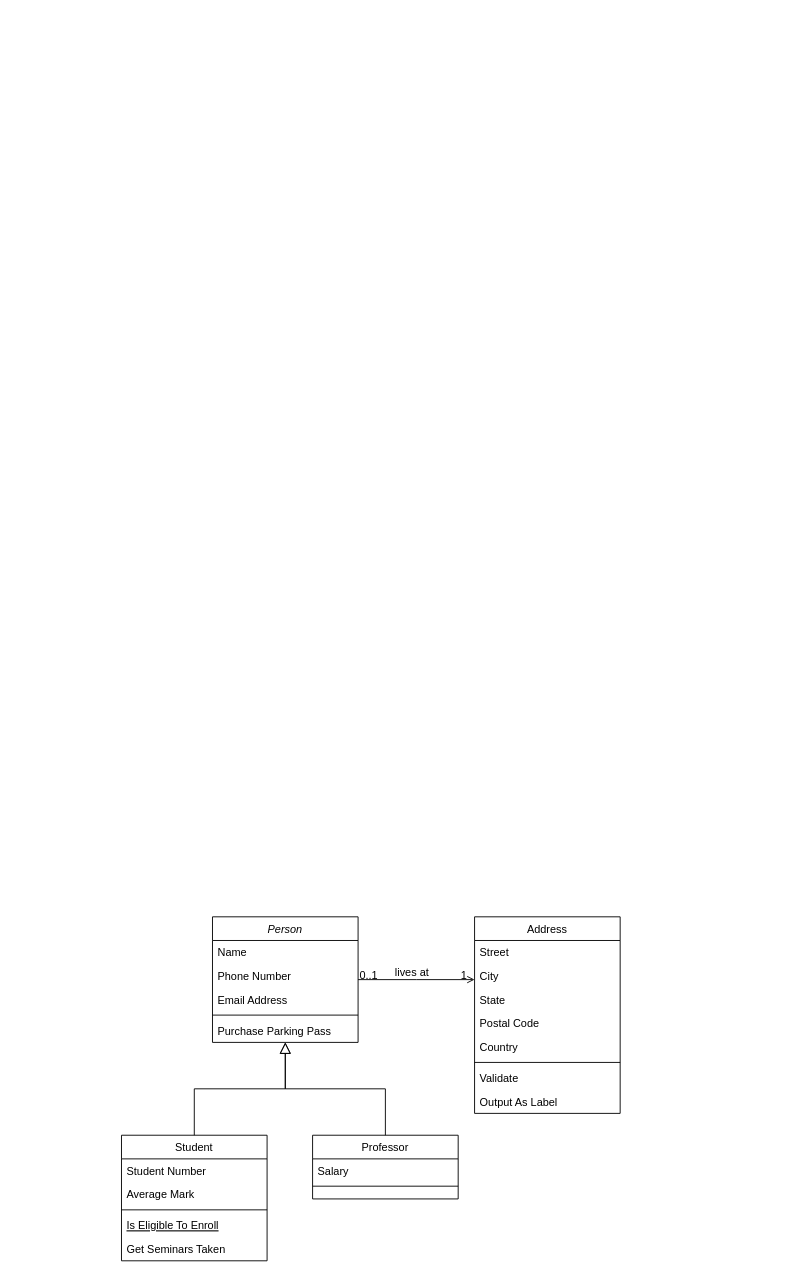
Earlier version of the draw.io diagram Untitled Diagram.drawio (JulieGunawan/TDDpractice). Source tidied: cells renumbered, new cells numbered last; positions are measured from the earlier drawing's top-left corner, leaving out a move shared by most shapes. Both pictures are drawn from the tidied source at 91%, with x=0, y=0 at pixel (121, 916).
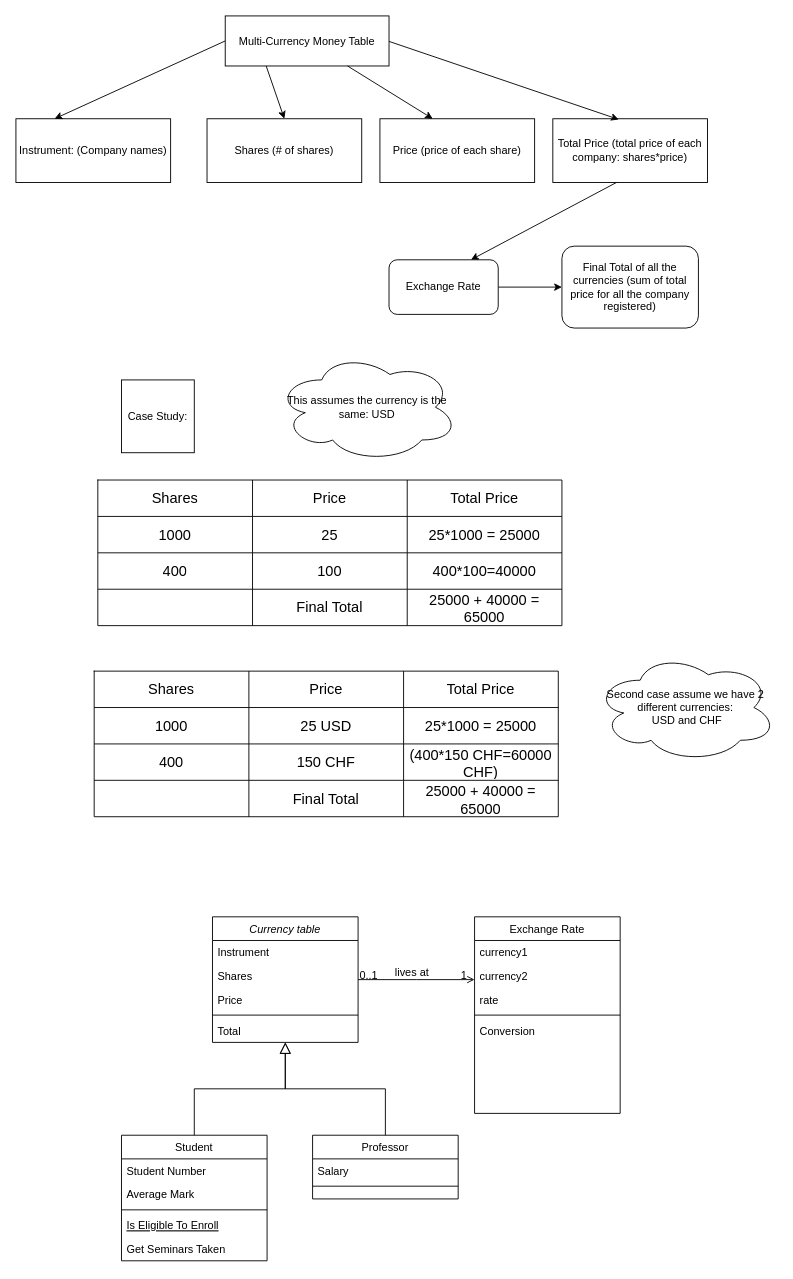
The same page after the edit.

Diff of the diagram source:
```diff
@@
-    <mxCell id="2" value="Person" style="swimlane;fontStyle=2;align=center;verticalAlign=top;horizontal=1;startSize=26;rounded=0;shadow=0;strokeWidth=1;" parent="1" vertex="1">
+    <mxCell id="2" value="Currency table" style="swimlane;fontStyle=2;align=center;verticalAlign=top;horizontal=1;startSize=26;rounded=0;shadow=0;strokeWidth=1;" parent="1" vertex="1">
       <mxGeometry x="100" width="160" height="138" as="geometry" />
     </mxCell>
-    <mxCell id="3" value="Name" style="text;align=left;verticalAlign=top;spacingLeft=4;spacingRight=4;overflow=hidden;" parent="2" vertex="1">
+    <mxCell id="3" value="Instrument" style="text;align=left;verticalAlign=top;spacingLeft=4;spacingRight=4;overflow=hidden;" parent="2" vertex="1">
       <mxGeometry y="26" width="160" height="26" as="geometry" />
     </mxCell>
-    <mxCell id="4" value="Phone Number" style="text;align=left;verticalAlign=top;spacingLeft=4;spacingRight=4;overflow=hidden;rounded=0;shadow=0;html=0;" parent="2" vertex="1">
+    <mxCell id="4" value="Shares" style="text;align=left;verticalAlign=top;spacingLeft=4;spacingRight=4;overflow=hidden;rounded=0;shadow=0;html=0;" parent="2" vertex="1">
       <mxGeometry y="52" width="160" height="26" as="geometry" />
     </mxCell>
-    <mxCell id="5" value="Email Address" style="text;align=left;verticalAlign=top;spacingLeft=4;spacingRight=4;overflow=hidden;rounded=0;shadow=0;html=0;" parent="2" vertex="1">
+    <mxCell id="5" value="Price" style="text;align=left;verticalAlign=top;spacingLeft=4;spacingRight=4;overflow=hidden;rounded=0;shadow=0;html=0;" parent="2" vertex="1">
       <mxGeometry y="78" width="160" height="26" as="geometry" />
     </mxCell>
@@
-    <mxCell id="7" value="Purchase Parking Pass" style="text;align=left;verticalAlign=top;spacingLeft=4;spacingRight=4;overflow=hidden;" parent="2" vertex="1">
+    <mxCell id="7" value="Total" style="text;align=left;verticalAlign=top;spacingLeft=4;spacingRight=4;overflow=hidden;" parent="2" vertex="1">
       <mxGeometry y="112" width="160" height="26" as="geometry" />
     </mxCell>
@@
-    <mxCell id="19" value="Address" style="swimlane;fontStyle=0;align=center;verticalAlign=top;horizontal=1;startSize=26;rounded=0;shadow=0;strokeWidth=1;" parent="1" vertex="1">
+    <mxCell id="19" value="Exchange Rate" style="swimlane;fontStyle=0;align=center;verticalAlign=top;horizontal=1;startSize=26;rounded=0;shadow=0;strokeWidth=1;" parent="1" vertex="1">
       <mxGeometry x="388" width="160" height="216" as="geometry" />
     </mxCell>
-    <mxCell id="20" value="Street" style="text;align=left;verticalAlign=top;spacingLeft=4;spacingRight=4;overflow=hidden;" parent="19" vertex="1">
+    <mxCell id="20" value="currency1" style="text;align=left;verticalAlign=top;spacingLeft=4;spacingRight=4;overflow=hidden;" parent="19" vertex="1">
       <mxGeometry y="26" width="160" height="26" as="geometry" />
     </mxCell>
-    <mxCell id="21" value="City" style="text;align=left;verticalAlign=top;spacingLeft=4;spacingRight=4;overflow=hidden;rounded=0;shadow=0;html=0;" parent="19" vertex="1">
+    <mxCell id="21" value="currency2" style="text;align=left;verticalAlign=top;spacingLeft=4;spacingRight=4;overflow=hidden;rounded=0;shadow=0;html=0;" parent="19" vertex="1">
       <mxGeometry y="52" width="160" height="26" as="geometry" />
     </mxCell>
-    <mxCell id="22" value="State" style="text;align=left;verticalAlign=top;spacingLeft=4;spacingRight=4;overflow=hidden;rounded=0;shadow=0;html=0;" parent="19" vertex="1">
-      <mxGeometry y="78" width="160" height="26" as="geometry" />
-    </mxCell>
-    <mxCell id="23" value="Postal Code" style="text;align=left;verticalAlign=top;spacingLeft=4;spacingRight=4;overflow=hidden;rounded=0;shadow=0;html=0;" parent="19" vertex="1">
-      <mxGeometry y="104" width="160" height="26" as="geometry" />
-    </mxCell>
-    <mxCell id="24" value="Country" style="text;align=left;verticalAlign=top;spacingLeft=4;spacingRight=4;overflow=hidden;rounded=0;shadow=0;html=0;" parent="19" vertex="1">
-      <mxGeometry y="130" width="160" height="26" as="geometry" />
+    <mxCell id="24" value="rate" style="text;align=left;verticalAlign=top;spacingLeft=4;spacingRight=4;overflow=hidden;rounded=0;shadow=0;html=0;" parent="19" vertex="1">
+      <mxGeometry y="78" width="160" height="26" as="geometry" />
     </mxCell>
     <mxCell id="25" style="line;html=1;strokeWidth=1;align=left;verticalAlign=middle;spacingTop=-1;spacingLeft=3;spacingRight=3;labelPosition=right;" parent="19" vertex="1">
-      <mxGeometry y="156" width="160" height="8" as="geometry" />
+      <mxGeometry y="104" width="160" height="8" as="geometry" />
     </mxCell>
-    <mxCell id="26" value="Validate" style="text;align=left;verticalAlign=top;spacingLeft=4;spacingRight=4;overflow=hidden;" parent="19" vertex="1">
-      <mxGeometry y="164" width="160" height="26" as="geometry" />
+    <mxCell id="26" value="Conversion" style="text;align=left;verticalAlign=top;spacingLeft=4;spacingRight=4;overflow=hidden;" parent="19" vertex="1">
+      <mxGeometry y="112" width="160" height="26" as="geometry" />
     </mxCell>
-    <mxCell id="27" value="Output As Label" style="text;align=left;verticalAlign=top;spacingLeft=4;spacingRight=4;overflow=hidden;" parent="19" vertex="1">
-      <mxGeometry y="190" width="160" height="26" as="geometry" />
-    </mxCell>
@@
+    <mxCell id="32" value="Multi-Currency Money Table" style="rounded=0;whiteSpace=wrap;html=1;" parent="1" vertex="1">
+      <mxGeometry x="114" y="-990" width="180" height="55" as="geometry" />
+    </mxCell>
+    <mxCell id="33" value="Instrument: (Company names)" style="rounded=0;whiteSpace=wrap;html=1;" parent="1" vertex="1">
+      <mxGeometry x="-116" y="-877" width="170" height="70" as="geometry" />
+    </mxCell>
+    <mxCell id="34" value="Shares (# of shares)" style="rounded=0;whiteSpace=wrap;html=1;" parent="1" vertex="1">
+      <mxGeometry x="94" y="-877" width="170" height="70" as="geometry" />
+    </mxCell>
+    <mxCell id="35" style="endArrow=classic;html=1;rounded=0;entryX=0.25;entryY=0;entryDx=0;entryDy=0;exitX=0;exitY=0.5;exitDx=0;exitDy=0;" parent="1" edge="1" source="32" target="33">
+      <mxGeometry relative="1" as="geometry" />
+    </mxCell>
+    <mxCell id="36" style="endArrow=classic;html=1;rounded=0;entryX=0.5;entryY=0;entryDx=0;entryDy=0;exitX=0.25;exitY=1;exitDx=0;exitDy=0;" parent="1" edge="1" source="32" target="34">
+      <mxGeometry relative="1" as="geometry" />
+    </mxCell>
+    <mxCell id="37" value="Price (price of each share)" style="rounded=0;whiteSpace=wrap;html=1;" parent="1" vertex="1">
+      <mxGeometry x="284" y="-877" width="170" height="70" as="geometry" />
+    </mxCell>
+    <mxCell id="38" value="Total Price (total price of each company: shares*price)" style="rounded=0;whiteSpace=wrap;html=1;" parent="1" vertex="1">
+      <mxGeometry x="474" y="-877" width="170" height="70" as="geometry" />
+    </mxCell>
+    <mxCell id="39" style="endArrow=classic;html=1;rounded=0;entryX=0.5;entryY=0;entryDx=0;entryDy=0;" parent="1" edge="1" source="32">
+      <mxGeometry relative="1" as="geometry">
+        <mxPoint x="342" y="-877" as="targetPoint" />
+      </mxGeometry>
+    </mxCell>
+    <mxCell id="40" style="endArrow=classic;html=1;rounded=0;entryX=0.426;entryY=0.011;entryDx=0;entryDy=0;entryPerimeter=0;" parent="1" edge="1" target="38">
+      <mxGeometry relative="1" as="geometry">
+        <mxPoint x="294" y="-962" as="sourcePoint" />
+      </mxGeometry>
+    </mxCell>
+    <mxCell id="41" value="Final Total of all the currencies (sum of total price for all the company registered)" style="rounded=1;whiteSpace=wrap;html=1;" parent="1" vertex="1">
+      <mxGeometry x="484" y="-737" width="150" height="90" as="geometry" />
+    </mxCell>
+    <mxCell id="42" style="endArrow=classic;html=1;rounded=0;entryX=0.75;entryY=0;entryDx=0;entryDy=0;" parent="1" edge="1" target="44">
+      <mxGeometry relative="1" as="geometry">
+        <mxPoint x="544" y="-807" as="sourcePoint" />
+      </mxGeometry>
+    </mxCell>
+    <mxCell id="43" style="edgeStyle=orthogonalEdgeStyle;rounded=0;jettySize=auto;html=1;entryX=0;entryY=0.5;entryDx=0;entryDy=0;" parent="1" edge="1" source="44" target="41">
+      <mxGeometry relative="1" as="geometry" />
+    </mxCell>
+    <mxCell id="44" value="Exchange Rate" style="rounded=1;whiteSpace=wrap;html=1;" parent="1" vertex="1">
+      <mxGeometry x="294" y="-722" width="120" height="60" as="geometry" />
+    </mxCell>
+    <mxCell id="45" value="Case Study:&lt;br&gt;" style="whiteSpace=wrap;html=1;" parent="1" vertex="1">
+      <mxGeometry y="-590" width="80" height="80" as="geometry" />
+    </mxCell>
+    <mxCell id="46" style="shape=table;startSize=0;childLayout=tableLayout;fontSize=16;" parent="1" vertex="1">
+      <mxGeometry x="-26" y="-480" width="510" height="160" as="geometry" />
+    </mxCell>
+    <mxCell id="47" style="shape=tableRow;horizontal=0;startSize=0;swimlaneHead=0;swimlaneBody=0;strokeColor=inherit;top=0;left=0;bottom=0;right=0;fillColor=none;fontSize=16;" parent="46" vertex="1">
+      <mxGeometry width="510" height="40" as="geometry" />
+    </mxCell>
+    <mxCell id="48" value="Shares" style="shape=partialRectangle;html=1;whiteSpace=wrap;strokeColor=inherit;overflow=hidden;fillColor=none;top=0;left=0;bottom=0;right=0;fontSize=16;" parent="47" vertex="1">
+      <mxGeometry width="170" height="40" as="geometry" />
+    </mxCell>
+    <mxCell id="49" value="Price" style="shape=partialRectangle;html=1;whiteSpace=wrap;strokeColor=inherit;overflow=hidden;fillColor=none;top=0;left=0;bottom=0;right=0;fontSize=16;" parent="47" vertex="1">
+      <mxGeometry x="170" width="170" height="40" as="geometry" />
+    </mxCell>
+    <mxCell id="50" value="Total Price" style="shape=partialRectangle;html=1;whiteSpace=wrap;strokeColor=inherit;overflow=hidden;fillColor=none;top=0;left=0;bottom=0;right=0;fontSize=16;" parent="47" vertex="1">
+      <mxGeometry x="340" width="170" height="40" as="geometry" />
+    </mxCell>
+    <mxCell id="51" style="shape=tableRow;horizontal=0;startSize=0;swimlaneHead=0;swimlaneBody=0;strokeColor=inherit;top=0;left=0;bottom=0;right=0;fillColor=none;fontSize=16;" parent="46" vertex="1">
+      <mxGeometry y="40" width="510" height="40" as="geometry" />
+    </mxCell>
+    <mxCell id="52" value="1000" style="shape=partialRectangle;html=1;whiteSpace=wrap;strokeColor=inherit;overflow=hidden;fillColor=none;top=0;left=0;bottom=0;right=0;fontSize=16;" parent="51" vertex="1">
+      <mxGeometry width="170" height="40" as="geometry" />
+    </mxCell>
+    <mxCell id="53" value="25" style="shape=partialRectangle;html=1;whiteSpace=wrap;strokeColor=inherit;overflow=hidden;fillColor=none;top=0;left=0;bottom=0;right=0;fontSize=16;" parent="51" vertex="1">
+      <mxGeometry x="170" width="170" height="40" as="geometry" />
+    </mxCell>
+    <mxCell id="54" value="25*1000 = 25000" style="shape=partialRectangle;html=1;whiteSpace=wrap;strokeColor=inherit;overflow=hidden;fillColor=none;top=0;left=0;bottom=0;right=0;fontSize=16;" parent="51" vertex="1">
+      <mxGeometry x="340" width="170" height="40" as="geometry" />
+    </mxCell>
+    <mxCell id="55" style="shape=tableRow;horizontal=0;startSize=0;swimlaneHead=0;swimlaneBody=0;strokeColor=inherit;top=0;left=0;bottom=0;right=0;fillColor=none;fontSize=16;" parent="46" vertex="1">
+      <mxGeometry y="80" width="510" height="40" as="geometry" />
+    </mxCell>
+    <mxCell id="56" value="400" style="shape=partialRectangle;html=1;whiteSpace=wrap;strokeColor=inherit;overflow=hidden;fillColor=none;top=0;left=0;bottom=0;right=0;fontSize=16;" parent="55" vertex="1">
+      <mxGeometry width="170" height="40" as="geometry" />
+    </mxCell>
+    <mxCell id="57" value="100" style="shape=partialRectangle;html=1;whiteSpace=wrap;strokeColor=inherit;overflow=hidden;fillColor=none;top=0;left=0;bottom=0;right=0;fontSize=16;" parent="55" vertex="1">
+      <mxGeometry x="170" width="170" height="40" as="geometry" />
+    </mxCell>
+    <mxCell id="58" value="400*100=40000" style="shape=partialRectangle;html=1;whiteSpace=wrap;strokeColor=inherit;overflow=hidden;fillColor=none;top=0;left=0;bottom=0;right=0;fontSize=16;" parent="55" vertex="1">
+      <mxGeometry x="340" width="170" height="40" as="geometry" />
+    </mxCell>
+    <mxCell id="59" style="shape=tableRow;horizontal=0;startSize=0;swimlaneHead=0;swimlaneBody=0;strokeColor=inherit;top=0;left=0;bottom=0;right=0;fillColor=none;fontSize=16;" parent="46" vertex="1">
+      <mxGeometry y="120" width="510" height="40" as="geometry" />
+    </mxCell>
+    <mxCell id="60" style="shape=partialRectangle;html=1;whiteSpace=wrap;strokeColor=inherit;overflow=hidden;fillColor=none;top=0;left=0;bottom=0;right=0;fontSize=16;" parent="59" vertex="1">
+      <mxGeometry width="170" height="40" as="geometry" />
+    </mxCell>
+    <mxCell id="61" value="Final Total" style="shape=partialRectangle;html=1;whiteSpace=wrap;strokeColor=inherit;overflow=hidden;fillColor=none;top=0;left=0;bottom=0;right=0;fontSize=16;" parent="59" vertex="1">
+      <mxGeometry x="170" width="170" height="40" as="geometry" />
+    </mxCell>
+    <mxCell id="62" value="25000 + 40000 = 65000" style="shape=partialRectangle;html=1;whiteSpace=wrap;strokeColor=inherit;overflow=hidden;fillColor=none;top=0;left=0;bottom=0;right=0;fontSize=16;" parent="59" vertex="1">
+      <mxGeometry x="340" width="170" height="40" as="geometry" />
+    </mxCell>
+    <mxCell id="63" value="This assumes the currency is the same: USD" style="ellipse;shape=cloud;whiteSpace=wrap;html=1;" parent="1" vertex="1">
+      <mxGeometry x="170" y="-620" width="200" height="120" as="geometry" />
+    </mxCell>
+    <mxCell id="64" style="shape=table;startSize=0;childLayout=tableLayout;fontSize=16;" parent="1" vertex="1">
+      <mxGeometry x="-30" y="-270" width="510" height="160" as="geometry" />
+    </mxCell>
+    <mxCell id="65" style="shape=tableRow;horizontal=0;startSize=0;swimlaneHead=0;swimlaneBody=0;strokeColor=inherit;top=0;left=0;bottom=0;right=0;fillColor=none;fontSize=16;" parent="64" vertex="1">
+      <mxGeometry width="510" height="40" as="geometry" />
+    </mxCell>
+    <mxCell id="66" value="Shares" style="shape=partialRectangle;html=1;whiteSpace=wrap;strokeColor=inherit;overflow=hidden;fillColor=none;top=0;left=0;bottom=0;right=0;fontSize=16;" parent="65" vertex="1">
+      <mxGeometry width="170" height="40" as="geometry" />
+    </mxCell>
+    <mxCell id="67" value="Price" style="shape=partialRectangle;html=1;whiteSpace=wrap;strokeColor=inherit;overflow=hidden;fillColor=none;top=0;left=0;bottom=0;right=0;fontSize=16;" parent="65" vertex="1">
+      <mxGeometry x="170" width="170" height="40" as="geometry" />
+    </mxCell>
+    <mxCell id="68" value="Total Price" style="shape=partialRectangle;html=1;whiteSpace=wrap;strokeColor=inherit;overflow=hidden;fillColor=none;top=0;left=0;bottom=0;right=0;fontSize=16;" parent="65" vertex="1">
+      <mxGeometry x="340" width="170" height="40" as="geometry" />
+    </mxCell>
+    <mxCell id="69" style="shape=tableRow;horizontal=0;startSize=0;swimlaneHead=0;swimlaneBody=0;strokeColor=inherit;top=0;left=0;bottom=0;right=0;fillColor=none;fontSize=16;" parent="64" vertex="1">
+      <mxGeometry y="40" width="510" height="40" as="geometry" />
+    </mxCell>
+    <mxCell id="70" value="1000" style="shape=partialRectangle;html=1;whiteSpace=wrap;strokeColor=inherit;overflow=hidden;fillColor=none;top=0;left=0;bottom=0;right=0;fontSize=16;" parent="69" vertex="1">
+      <mxGeometry width="170" height="40" as="geometry" />
+    </mxCell>
+    <mxCell id="71" value="25 USD" style="shape=partialRectangle;html=1;whiteSpace=wrap;strokeColor=inherit;overflow=hidden;fillColor=none;top=0;left=0;bottom=0;right=0;fontSize=16;" parent="69" vertex="1">
+      <mxGeometry x="170" width="170" height="40" as="geometry" />
+    </mxCell>
+    <mxCell id="72" value="25*1000 = 25000" style="shape=partialRectangle;html=1;whiteSpace=wrap;strokeColor=inherit;overflow=hidden;fillColor=none;top=0;left=0;bottom=0;right=0;fontSize=16;" parent="69" vertex="1">
+      <mxGeometry x="340" width="170" height="40" as="geometry" />
+    </mxCell>
+    <mxCell id="73" style="shape=tableRow;horizontal=0;startSize=0;swimlaneHead=0;swimlaneBody=0;strokeColor=inherit;top=0;left=0;bottom=0;right=0;fillColor=none;fontSize=16;" parent="64" vertex="1">
+      <mxGeometry y="80" width="510" height="40" as="geometry" />
+    </mxCell>
+    <mxCell id="74" value="400" style="shape=partialRectangle;html=1;whiteSpace=wrap;strokeColor=inherit;overflow=hidden;fillColor=none;top=0;left=0;bottom=0;right=0;fontSize=16;" parent="73" vertex="1">
+      <mxGeometry width="170" height="40" as="geometry" />
+    </mxCell>
+    <mxCell id="75" value="150 CHF" style="shape=partialRectangle;html=1;whiteSpace=wrap;strokeColor=inherit;overflow=hidden;fillColor=none;top=0;left=0;bottom=0;right=0;fontSize=16;" parent="73" vertex="1">
+      <mxGeometry x="170" width="170" height="40" as="geometry" />
+    </mxCell>
+    <mxCell id="76" value="(400*150 CHF=60000 CHF)" style="shape=partialRectangle;html=1;whiteSpace=wrap;strokeColor=inherit;overflow=hidden;fillColor=none;top=0;left=0;bottom=0;right=0;fontSize=16;" parent="73" vertex="1">
+      <mxGeometry x="340" width="170" height="40" as="geometry" />
+    </mxCell>
+    <mxCell id="77" style="shape=tableRow;horizontal=0;startSize=0;swimlaneHead=0;swimlaneBody=0;strokeColor=inherit;top=0;left=0;bottom=0;right=0;fillColor=none;fontSize=16;" parent="64" vertex="1">
+      <mxGeometry y="120" width="510" height="40" as="geometry" />
+    </mxCell>
+    <mxCell id="78" style="shape=partialRectangle;html=1;whiteSpace=wrap;strokeColor=inherit;overflow=hidden;fillColor=none;top=0;left=0;bottom=0;right=0;fontSize=16;" parent="77" vertex="1">
+      <mxGeometry width="170" height="40" as="geometry" />
+    </mxCell>
+    <mxCell id="79" value="Final Total" style="shape=partialRectangle;html=1;whiteSpace=wrap;strokeColor=inherit;overflow=hidden;fillColor=none;top=0;left=0;bottom=0;right=0;fontSize=16;" parent="77" vertex="1">
+      <mxGeometry x="170" width="170" height="40" as="geometry" />
+    </mxCell>
+    <mxCell id="80" value="25000 + 40000 = 65000" style="shape=partialRectangle;html=1;whiteSpace=wrap;strokeColor=inherit;overflow=hidden;fillColor=none;top=0;left=0;bottom=0;right=0;fontSize=16;" parent="77" vertex="1">
+      <mxGeometry x="340" width="170" height="40" as="geometry" />
+    </mxCell>
+    <mxCell id="81" value="Second case assume we have 2 different currencies:&lt;br&gt;&amp;nbsp;USD and CHF" style="ellipse;shape=cloud;whiteSpace=wrap;html=1;" parent="1" vertex="1">
+      <mxGeometry x="520" y="-290" width="200" height="120" as="geometry" />
+    </mxCell>
```
